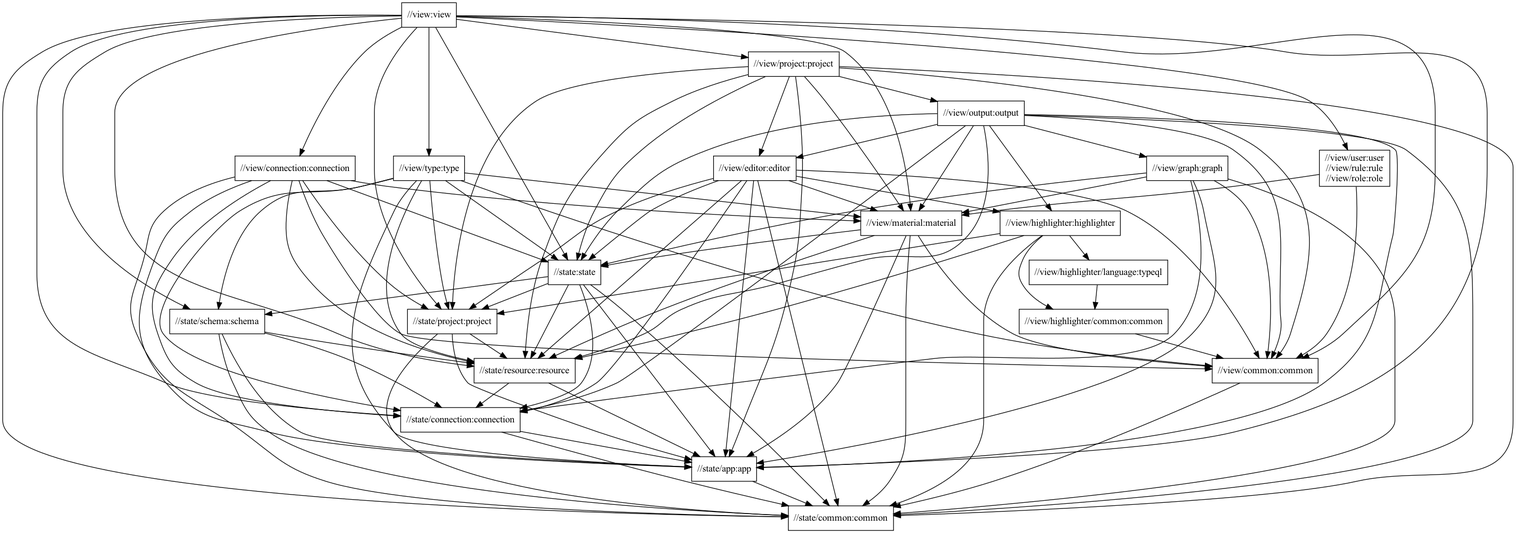
Above: docs/global-package-structure.png in typedb/typedb-studio (Graphviz), before the change. Its source is kept beside it as docs/global-package-structure.dot. Source of this version:
```dot
digraph mygraph {
  node [shape=box];
  "//view:view"
  "//view:view" -> "//state:state"
  "//view:view" -> "//state/app:app"
  "//view:view" -> "//state/common:common"
  "//view:view" -> "//state/connection:connection"
  "//view:view" -> "//state/project:project"
  "//view:view" -> "//state/resource:resource"
  "//view:view" -> "//state/schema:schema"
  "//view:view" -> "//view/common:common"
  "//view:view" -> "//view/connection:connection"
  "//view:view" -> "//view/material:material"
  "//view:view" -> "//view/project:project"
  "//view:view" -> "//view/user:user\n//view/rule:rule\n//view/role:role"
  "//view:view" -> "//view/type:type"
  "//view/user:user\n//view/rule:rule\n//view/role:role"
  "//view/user:user\n//view/rule:rule\n//view/role:role" -> "//view/common:common"
  "//view/user:user\n//view/rule:rule\n//view/role:role" -> "//view/material:material"
  "//view/project:project"
  "//view/project:project" -> "//state:state"
  "//view/project:project" -> "//state/app:app"
  "//view/project:project" -> "//state/common:common"
  "//view/project:project" -> "//state/project:project"
  "//view/project:project" -> "//state/resource:resource"
  "//view/project:project" -> "//view/common:common"
  "//view/project:project" -> "//view/editor:editor"
  "//view/project:project" -> "//view/material:material"
  "//view/project:project" -> "//view/output:output"
  "//view/connection:connection"
  "//view/connection:connection" -> "//state:state"
  "//view/connection:connection" -> "//state/app:app"
  "//view/connection:connection" -> "//state/common:common"
  "//view/connection:connection" -> "//state/connection:connection"
  "//view/connection:connection" -> "//state/project:project"
  "//view/connection:connection" -> "//state/resource:resource"
  "//view/connection:connection" -> "//view/common:common"
  "//view/connection:connection" -> "//view/material:material"
  "//view/output:output"
  "//view/output:output" -> "//state:state"
  "//view/output:output" -> "//state/app:app"
  "//view/output:output" -> "//state/common:common"
  "//view/output:output" -> "//state/connection:connection"
  "//view/output:output" -> "//state/resource:resource"
  "//view/output:output" -> "//view/common:common"
  "//view/output:output" -> "//view/editor:editor"
  "//view/output:output" -> "//view/graph:graph"
  "//view/output:output" -> "//view/highlighter:highlighter"
  "//view/output:output" -> "//view/material:material"
  "//view/editor:editor"
  "//view/editor:editor" -> "//state:state"
  "//view/editor:editor" -> "//state/app:app"
  "//view/editor:editor" -> "//state/common:common"
  "//view/editor:editor" -> "//state/connection:connection"
  "//view/editor:editor" -> "//state/project:project"
  "//view/editor:editor" -> "//state/resource:resource"
  "//view/editor:editor" -> "//view/common:common"
  "//view/editor:editor" -> "//view/highlighter:highlighter"
  "//view/editor:editor" -> "//view/material:material"
  "//view/highlighter:highlighter"
  "//view/highlighter:highlighter" -> "//state/common:common"
  "//view/highlighter:highlighter" -> "//state/project:project"
  "//view/highlighter:highlighter" -> "//state/resource:resource"
  "//view/highlighter:highlighter" -> "//view/highlighter/common:common"
  "//view/highlighter:highlighter" -> "//view/highlighter/language:typeql"
  "//view/highlighter/language:typeql"
  "//view/highlighter/language:typeql" -> "//view/highlighter/common:common"
  "//view/highlighter/common:common"
  "//view/highlighter/common:common" -> "//view/common:common"
  "//view/graph:graph"
  "//view/graph:graph" -> "//state:state"
  "//view/graph:graph" -> "//state/app:app"
  "//view/graph:graph" -> "//state/common:common"
  "//view/graph:graph" -> "//state/connection:connection"
  "//view/graph:graph" -> "//view/common:common"
  "//view/graph:graph" -> "//view/material:material"
  "//view/type:type"
  "//view/type:type" -> "//state:state"
  "//view/type:type" -> "//state/app:app"
  "//view/type:type" -> "//state/connection:connection"
  "//view/type:type" -> "//state/project:project"
  "//view/type:type" -> "//state/resource:resource"
  "//view/type:type" -> "//state/schema:schema"
  "//view/type:type" -> "//view/common:common"
  "//view/type:type" -> "//view/material:material"
  "//view/material:material"
  "//view/material:material" -> "//state:state"
  "//view/material:material" -> "//state/app:app"
  "//view/material:material" -> "//state/common:common"
  "//view/material:material" -> "//state/resource:resource"
  "//view/material:material" -> "//view/common:common"
  "//view/common:common"
  "//view/common:common" -> "//state/common:common"
  "//state:state"
  "//state:state" -> "//state/app:app"
  "//state:state" -> "//state/common:common"
  "//state:state" -> "//state/connection:connection"
  "//state:state" -> "//state/project:project"
  "//state:state" -> "//state/resource:resource"
  "//state:state" -> "//state/schema:schema"
  "//state/schema:schema"
  "//state/schema:schema" -> "//state/app:app"
  "//state/schema:schema" -> "//state/common:common"
  "//state/schema:schema" -> "//state/connection:connection"
  "//state/schema:schema" -> "//state/resource:resource"
  "//state/project:project"
  "//state/project:project" -> "//state/app:app"
  "//state/project:project" -> "//state/common:common"
  "//state/project:project" -> "//state/resource:resource"
  "//state/resource:resource"
  "//state/resource:resource" -> "//state/app:app"
  "//state/resource:resource" -> "//state/connection:connection"
  "//state/connection:connection"
  "//state/connection:connection" -> "//state/app:app"
  "//state/connection:connection" -> "//state/common:common"
  "//state/app:app"
  "//state/app:app" -> "//state/common:common"
  "//state/common:common"
}
```
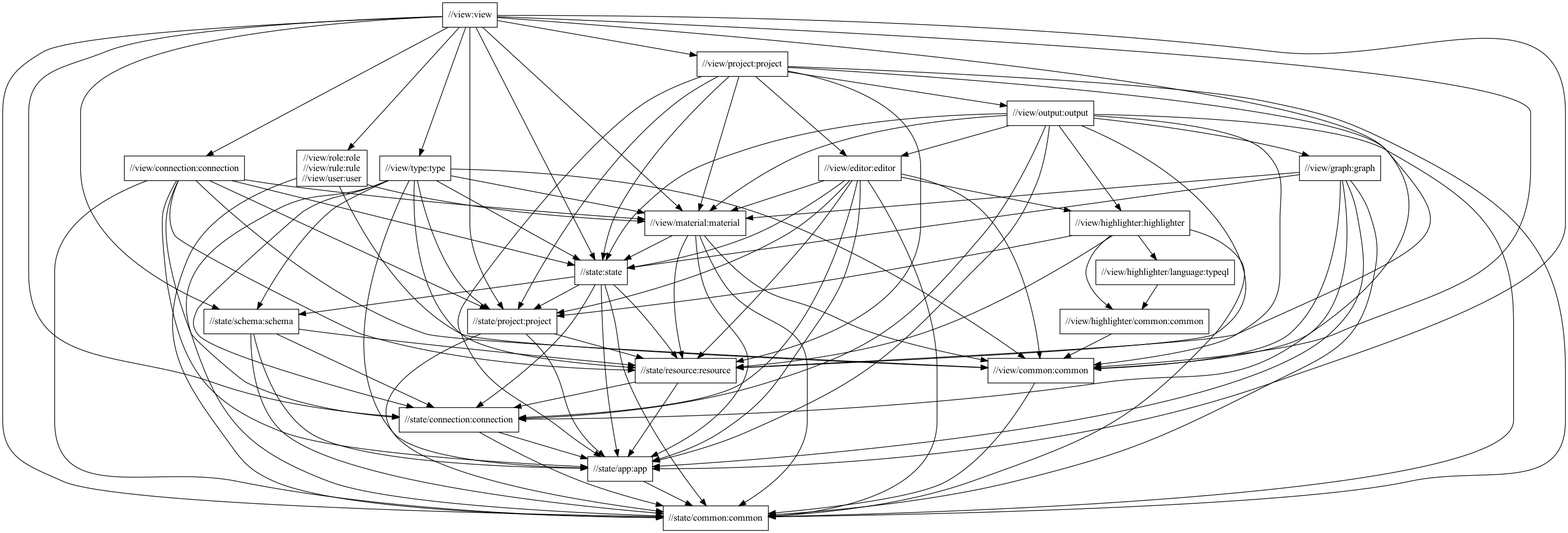
After the change.

The edit, as a diff of the source:
```diff
@@ -12,11 +12,18 @@
   "//view:view" -> "//view/connection:connection"
   "//view:view" -> "//view/material:material"
   "//view:view" -> "//view/project:project"
-  "//view:view" -> "//view/user:user\n//view/rule:rule\n//view/role:role"
+  "//view:view" -> "//view/role:role\n//view/rule:rule\n//view/user:user"
   "//view:view" -> "//view/type:type"
-  "//view/user:user\n//view/rule:rule\n//view/role:role"
-  "//view/user:user\n//view/rule:rule\n//view/role:role" -> "//view/common:common"
-  "//view/user:user\n//view/rule:rule\n//view/role:role" -> "//view/material:material"
+  "//view/type:type"
+  "//view/type:type" -> "//state:state"
+  "//view/type:type" -> "//state/app:app"
+  "//view/type:type" -> "//state/common:common"
+  "//view/type:type" -> "//state/connection:connection"
+  "//view/type:type" -> "//state/project:project"
+  "//view/type:type" -> "//state/resource:resource"
+  "//view/type:type" -> "//state/schema:schema"
+  "//view/type:type" -> "//view/common:common"
+  "//view/type:type" -> "//view/material:material"
   "//view/project:project"
   "//view/project:project" -> "//state:state"
   "//view/project:project" -> "//state/app:app"
@@ -27,15 +34,6 @@
   "//view/project:project" -> "//view/editor:editor"
   "//view/project:project" -> "//view/material:material"
   "//view/project:project" -> "//view/output:output"
-  "//view/connection:connection"
-  "//view/connection:connection" -> "//state:state"
-  "//view/connection:connection" -> "//state/app:app"
-  "//view/connection:connection" -> "//state/common:common"
-  "//view/connection:connection" -> "//state/connection:connection"
-  "//view/connection:connection" -> "//state/project:project"
-  "//view/connection:connection" -> "//state/resource:resource"
-  "//view/connection:connection" -> "//view/common:common"
-  "//view/connection:connection" -> "//view/material:material"
   "//view/output:output"
   "//view/output:output" -> "//state:state"
   "//view/output:output" -> "//state/app:app"
@@ -47,6 +45,13 @@
   "//view/output:output" -> "//view/graph:graph"
   "//view/output:output" -> "//view/highlighter:highlighter"
   "//view/output:output" -> "//view/material:material"
+  "//view/graph:graph"
+  "//view/graph:graph" -> "//state:state"
+  "//view/graph:graph" -> "//state/app:app"
+  "//view/graph:graph" -> "//state/common:common"
+  "//view/graph:graph" -> "//state/connection:connection"
+  "//view/graph:graph" -> "//view/common:common"
+  "//view/graph:graph" -> "//view/material:material"
   "//view/editor:editor"
   "//view/editor:editor" -> "//state:state"
   "//view/editor:editor" -> "//state/app:app"
@@ -57,40 +62,25 @@
   "//view/editor:editor" -> "//view/common:common"
   "//view/editor:editor" -> "//view/highlighter:highlighter"
   "//view/editor:editor" -> "//view/material:material"
-  "//view/highlighter:highlighter"
-  "//view/highlighter:highlighter" -> "//state/common:common"
-  "//view/highlighter:highlighter" -> "//state/project:project"
-  "//view/highlighter:highlighter" -> "//state/resource:resource"
-  "//view/highlighter:highlighter" -> "//view/highlighter/common:common"
-  "//view/highlighter:highlighter" -> "//view/highlighter/language:typeql"
-  "//view/highlighter/language:typeql"
-  "//view/highlighter/language:typeql" -> "//view/highlighter/common:common"
-  "//view/highlighter/common:common"
-  "//view/highlighter/common:common" -> "//view/common:common"
-  "//view/graph:graph"
-  "//view/graph:graph" -> "//state:state"
-  "//view/graph:graph" -> "//state/app:app"
-  "//view/graph:graph" -> "//state/common:common"
-  "//view/graph:graph" -> "//state/connection:connection"
-  "//view/graph:graph" -> "//view/common:common"
-  "//view/graph:graph" -> "//view/material:material"
-  "//view/type:type"
-  "//view/type:type" -> "//state:state"
-  "//view/type:type" -> "//state/app:app"
-  "//view/type:type" -> "//state/connection:connection"
-  "//view/type:type" -> "//state/project:project"
-  "//view/type:type" -> "//state/resource:resource"
-  "//view/type:type" -> "//state/schema:schema"
-  "//view/type:type" -> "//view/common:common"
-  "//view/type:type" -> "//view/material:material"
+  "//view/role:role\n//view/rule:rule\n//view/user:user"
+  "//view/role:role\n//view/rule:rule\n//view/user:user" -> "//state/common:common"
+  "//view/role:role\n//view/rule:rule\n//view/user:user" -> "//view/common:common"
+  "//view/role:role\n//view/rule:rule\n//view/user:user" -> "//view/material:material"
+  "//view/connection:connection"
+  "//view/connection:connection" -> "//state:state"
+  "//view/connection:connection" -> "//state/app:app"
+  "//view/connection:connection" -> "//state/common:common"
+  "//view/connection:connection" -> "//state/connection:connection"
+  "//view/connection:connection" -> "//state/project:project"
+  "//view/connection:connection" -> "//state/resource:resource"
+  "//view/connection:connection" -> "//view/common:common"
+  "//view/connection:connection" -> "//view/material:material"
   "//view/material:material"
   "//view/material:material" -> "//state:state"
   "//view/material:material" -> "//state/app:app"
   "//view/material:material" -> "//state/common:common"
   "//view/material:material" -> "//state/resource:resource"
   "//view/material:material" -> "//view/common:common"
-  "//view/common:common"
-  "//view/common:common" -> "//state/common:common"
   "//state:state"
   "//state:state" -> "//state/app:app"
   "//state:state" -> "//state/common:common"
@@ -103,6 +93,18 @@
   "//state/schema:schema" -> "//state/common:common"
   "//state/schema:schema" -> "//state/connection:connection"
   "//state/schema:schema" -> "//state/resource:resource"
+  "//view/highlighter:highlighter"
+  "//view/highlighter:highlighter" -> "//state/common:common"
+  "//view/highlighter:highlighter" -> "//state/project:project"
+  "//view/highlighter:highlighter" -> "//state/resource:resource"
+  "//view/highlighter:highlighter" -> "//view/highlighter/common:common"
+  "//view/highlighter:highlighter" -> "//view/highlighter/language:typeql"
+  "//view/highlighter/language:typeql"
+  "//view/highlighter/language:typeql" -> "//view/highlighter/common:common"
+  "//view/highlighter/common:common"
+  "//view/highlighter/common:common" -> "//view/common:common"
+  "//view/common:common"
+  "//view/common:common" -> "//state/common:common"
   "//state/project:project"
   "//state/project:project" -> "//state/app:app"
   "//state/project:project" -> "//state/common:common"
```
